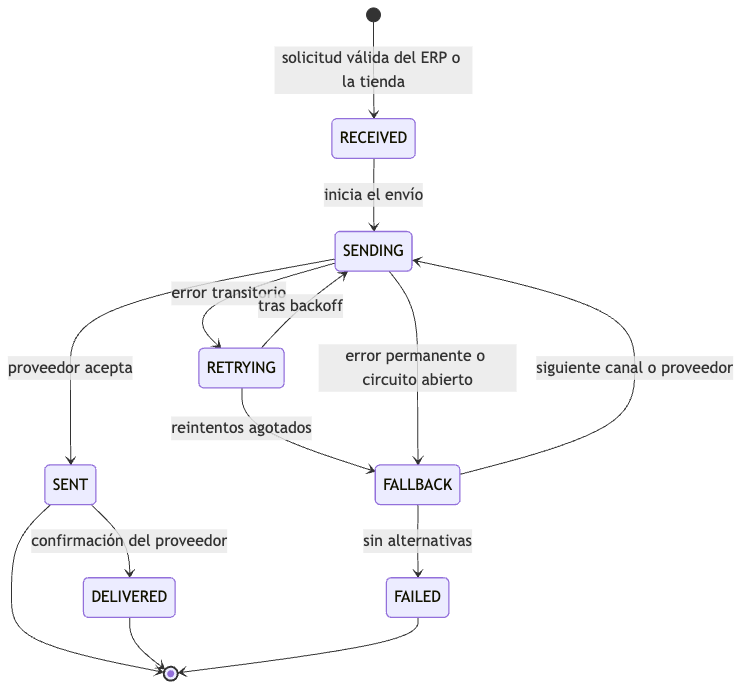
Earlier version of the Mermaid export docs/diagrams/render/06-estados.png (joseraulsoriano/notifyhub). Its source is kept beside it as docs/diagrams/06-estados.mmd.
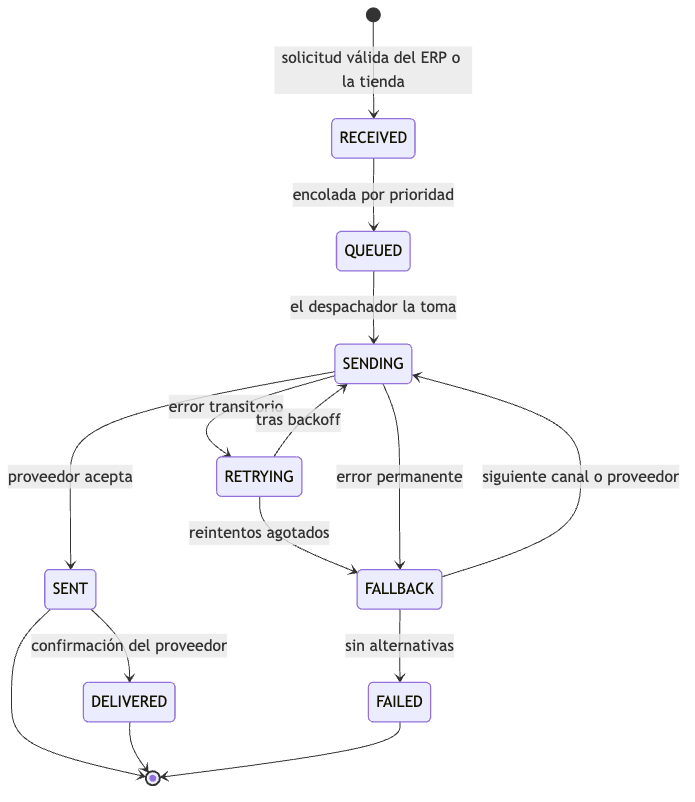
Above is the later version.

Change to the diagram source:
```diff
@@ -1,11 +1,12 @@
 stateDiagram-v2
   [*] --> RECEIVED: solicitud válida del ERP o la tienda
-  RECEIVED --> SENDING: inicia el envío
+  RECEIVED --> QUEUED: encolada por prioridad
+  QUEUED --> SENDING: el despachador la toma
   SENDING --> SENT: proveedor acepta
   SENDING --> RETRYING: error transitorio
   RETRYING --> SENDING: tras backoff
   RETRYING --> FALLBACK: reintentos agotados
-  SENDING --> FALLBACK: error permanente o circuito abierto
+  SENDING --> FALLBACK: error permanente
   FALLBACK --> SENDING: siguiente canal o proveedor
   FALLBACK --> FAILED: sin alternativas
   SENT --> DELIVERED: confirmación del proveedor
```
